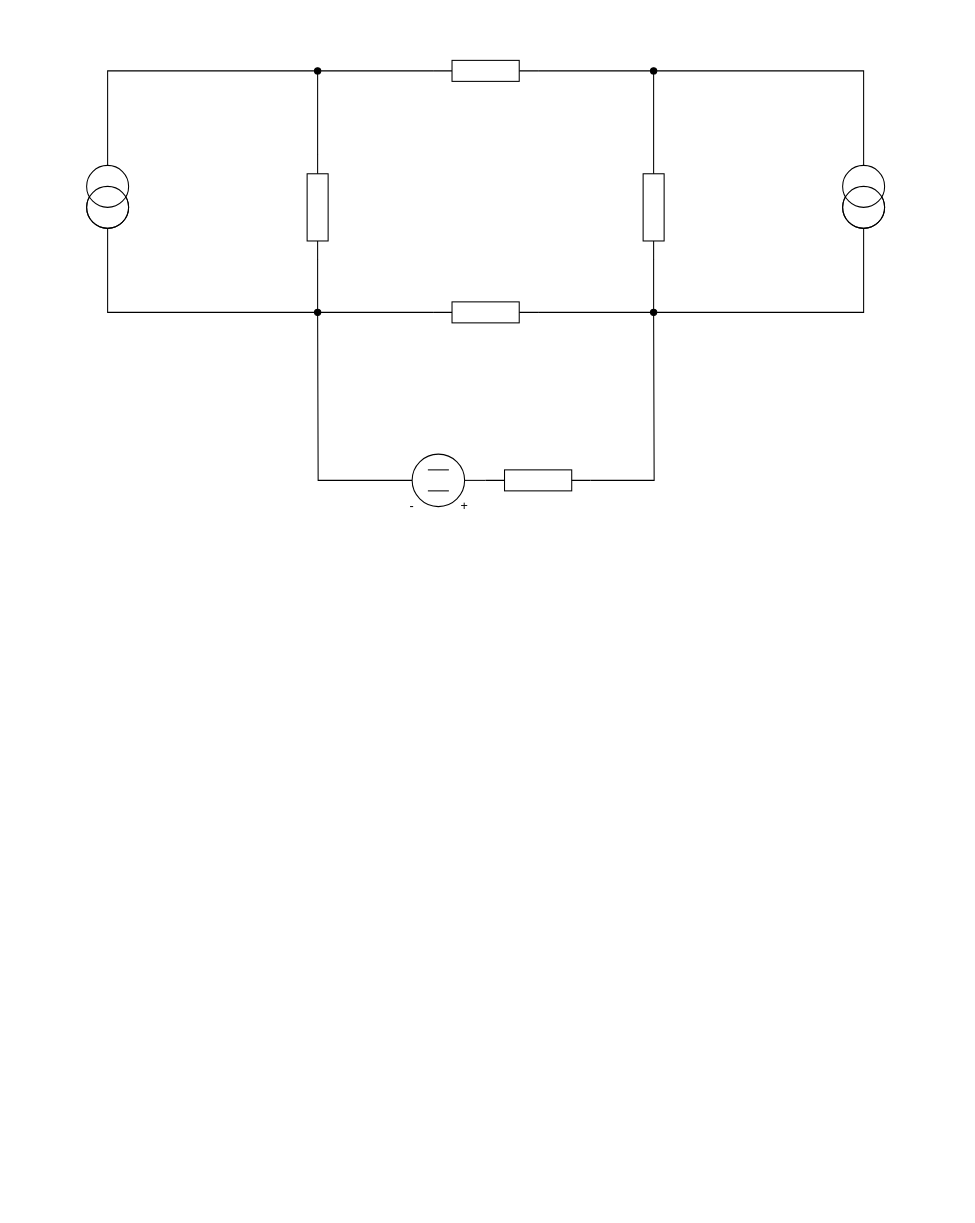
Earlier version of the draw.io diagram priklad3/priklad3.drawio (MartinNav/iel_proj). Source tidied: cells renumbered, new cells numbered last; positions are measured from the earlier drawing's top-left corner, leaving out a move shared by most shapes. Both pictures are drawn from the tidied source at 105%, with x=0, y=0 at pixel (86, 60).
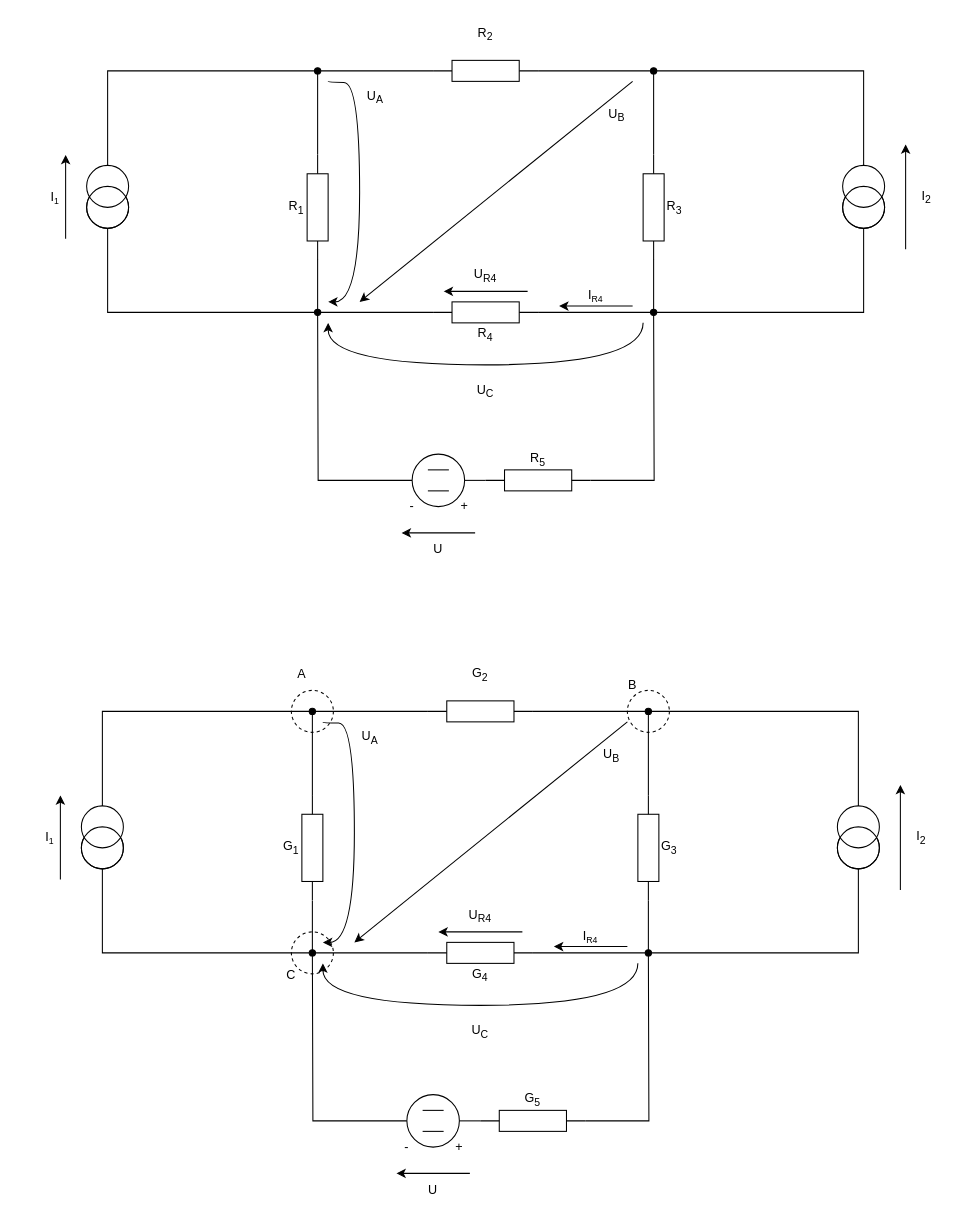
The same diagram, later.

Diff of the diagram source:
```diff
@@
+    <mxCell id="25" style="ellipse;whiteSpace=wrap;html=1;dashed=1;" parent="1" vertex="1">
+      <mxGeometry x="515" y="600" width="40" height="40" as="geometry" />
+    </mxCell>
+    <mxCell id="26" style="ellipse;whiteSpace=wrap;html=1;dashed=1;" parent="1" vertex="1">
+      <mxGeometry x="195" y="830" width="40" height="40" as="geometry" />
+    </mxCell>
+    <mxCell id="27" style="ellipse;whiteSpace=wrap;html=1;dashed=1;" parent="1" vertex="1">
+      <mxGeometry x="195" y="600" width="40" height="40" as="geometry" />
+    </mxCell>
@@
+    <mxCell id="28" value="R&lt;sub&gt;2&lt;/sub&gt;" style="text;html=1;strokeColor=none;fillColor=none;align=center;verticalAlign=middle;whiteSpace=wrap;rounded=0;" parent="1" vertex="1">
+      <mxGeometry x="350" y="-40" width="60" height="30" as="geometry" />
+    </mxCell>
+    <mxCell id="29" style="endArrow=classic;html=1;rounded=0;" parent="1" edge="1">
+      <mxGeometry relative="1" as="geometry">
+        <mxPoint x="780" y="180" as="sourcePoint" />
+        <mxPoint x="780" y="80" as="targetPoint" />
+      </mxGeometry>
+    </mxCell>
+    <mxCell id="30" value="I&lt;sub&gt;2&lt;/sub&gt;" style="text;html=1;strokeColor=none;fillColor=none;align=center;verticalAlign=middle;whiteSpace=wrap;rounded=0;" parent="1" vertex="1">
+      <mxGeometry x="770" y="115" width="60" height="30" as="geometry" />
+    </mxCell>
+    <mxCell id="31" style="endArrow=classic;html=1;rounded=0;" parent="1" edge="1">
+      <mxGeometry relative="1" as="geometry">
+        <mxPoint x="-20" y="170" as="sourcePoint" />
+        <mxPoint x="-20" y="90" as="targetPoint" />
+      </mxGeometry>
+    </mxCell>
+    <mxCell id="32" value="R&lt;sub&gt;3&lt;/sub&gt;" style="text;html=1;strokeColor=none;fillColor=none;align=center;verticalAlign=middle;whiteSpace=wrap;rounded=0;" parent="1" vertex="1">
+      <mxGeometry x="530" y="125" width="60" height="30" as="geometry" />
+    </mxCell>
+    <mxCell id="33" value="R&lt;sub&gt;1&lt;/sub&gt;" style="text;html=1;strokeColor=none;fillColor=none;align=center;verticalAlign=middle;whiteSpace=wrap;rounded=0;" parent="1" vertex="1">
+      <mxGeometry x="170" y="125" width="60" height="30" as="geometry" />
+    </mxCell>
+    <mxCell id="34" value="R&lt;sub&gt;4&lt;/sub&gt;" style="text;html=1;strokeColor=none;fillColor=none;align=center;verticalAlign=middle;whiteSpace=wrap;rounded=0;" parent="1" vertex="1">
+      <mxGeometry x="350" y="246" width="60" height="30" as="geometry" />
+    </mxCell>
+    <mxCell id="35" value="R&lt;sub&gt;5&lt;/sub&gt;" style="text;html=1;strokeColor=none;fillColor=none;align=center;verticalAlign=middle;whiteSpace=wrap;rounded=0;" parent="1" vertex="1">
+      <mxGeometry x="400" y="365" width="60" height="30" as="geometry" />
+    </mxCell>
+    <mxCell id="36" style="endArrow=classic;html=1;rounded=0;" parent="1" edge="1">
+      <mxGeometry relative="1" as="geometry">
+        <mxPoint x="370" y="450" as="sourcePoint" />
+        <mxPoint x="300" y="450" as="targetPoint" />
+      </mxGeometry>
+    </mxCell>
+    <mxCell id="37" value="U" style="text;html=1;strokeColor=none;fillColor=none;align=center;verticalAlign=middle;whiteSpace=wrap;rounded=0;" parent="1" vertex="1">
+      <mxGeometry x="305" y="451" width="60" height="30" as="geometry" />
+    </mxCell>
+    <mxCell id="38" value="I&lt;span style=&quot;font-size: 10px;&quot;&gt;&lt;sub&gt;1&lt;/sub&gt;&lt;/span&gt;" style="text;html=1;strokeColor=none;fillColor=none;align=center;verticalAlign=middle;whiteSpace=wrap;rounded=0;" parent="1" vertex="1">
+      <mxGeometry x="-60" y="115" width="60" height="30" as="geometry" />
+    </mxCell>
+    <mxCell id="39" style="endArrow=classic;html=1;rounded=0;edgeStyle=orthogonalEdgeStyle;curved=1;" parent="1" edge="1">
+      <mxGeometry relative="1" as="geometry">
+        <mxPoint x="230" y="20" as="sourcePoint" />
+        <mxPoint x="230" y="230" as="targetPoint" />
+        <Array as="points">
+          <mxPoint x="230" y="21" />
+          <mxPoint x="260" y="21" />
+          <mxPoint x="260" y="230" />
+        </Array>
+      </mxGeometry>
+    </mxCell>
+    <mxCell id="40" value="U&lt;sub&gt;A&lt;/sub&gt;" style="text;html=1;strokeColor=none;fillColor=none;align=center;verticalAlign=middle;whiteSpace=wrap;rounded=0;" parent="1" vertex="1">
+      <mxGeometry x="245" y="20" width="60" height="30" as="geometry" />
+    </mxCell>
+    <mxCell id="41" style="endArrow=classic;html=1;rounded=0;" parent="1" edge="1">
+      <mxGeometry relative="1" as="geometry">
+        <mxPoint x="520" y="20" as="sourcePoint" />
+        <mxPoint x="260" y="230" as="targetPoint" />
+      </mxGeometry>
+    </mxCell>
+    <mxCell id="42" value="U&lt;sub&gt;B&lt;/sub&gt;" style="text;html=1;strokeColor=none;fillColor=none;align=center;verticalAlign=middle;whiteSpace=wrap;rounded=0;" parent="1" vertex="1">
+      <mxGeometry x="475" y="37" width="60" height="30" as="geometry" />
+    </mxCell>
+    <mxCell id="43" style="endArrow=classic;html=1;rounded=0;" parent="1" edge="1">
+      <mxGeometry relative="1" as="geometry">
+        <mxPoint x="420" y="220" as="sourcePoint" />
+        <mxPoint x="340" y="220" as="targetPoint" />
+      </mxGeometry>
+    </mxCell>
+    <mxCell id="44" value="U&lt;sub&gt;R4&lt;/sub&gt;" style="text;html=1;strokeColor=none;fillColor=none;align=center;verticalAlign=middle;whiteSpace=wrap;rounded=0;" parent="1" vertex="1">
+      <mxGeometry x="350" y="190" width="60" height="30" as="geometry" />
+    </mxCell>
+    <mxCell id="45" style="endArrow=classic;html=1;rounded=0;edgeStyle=orthogonalEdgeStyle;curved=1;" parent="1" edge="1">
+      <mxGeometry relative="1" as="geometry">
+        <mxPoint x="530" y="250" as="sourcePoint" />
+        <mxPoint x="230" y="250" as="targetPoint" />
+        <Array as="points">
+          <mxPoint x="530" y="290" />
+          <mxPoint x="230" y="290" />
+        </Array>
+      </mxGeometry>
+    </mxCell>
+    <mxCell id="46" value="U&lt;sub&gt;C&lt;/sub&gt;" style="text;html=1;strokeColor=none;fillColor=none;align=center;verticalAlign=middle;whiteSpace=wrap;rounded=0;" parent="1" vertex="1">
+      <mxGeometry x="350" y="300" width="60" height="30" as="geometry" />
+    </mxCell>
+    <mxCell id="47" style="endArrow=classic;html=1;rounded=0;" parent="1" edge="1">
+      <mxGeometry relative="1" as="geometry">
+        <mxPoint x="520" y="234" as="sourcePoint" />
+        <mxPoint x="450" y="234" as="targetPoint" />
+      </mxGeometry>
+    </mxCell>
+    <mxCell id="48" value="I&lt;span style=&quot;font-size: 10px;&quot;&gt;&lt;sub&gt;R4&lt;/sub&gt;&lt;/span&gt;" style="text;html=1;strokeColor=none;fillColor=none;align=center;verticalAlign=middle;whiteSpace=wrap;rounded=0;" parent="1" vertex="1">
+      <mxGeometry x="455" y="209" width="60" height="30" as="geometry" />
+    </mxCell>
+    <mxCell id="49" style="verticalLabelPosition=bottom;shadow=0;dashed=0;align=center;html=1;verticalAlign=top;shape=mxgraph.electrical.resistors.resistor_1;" parent="1" vertex="1">
+      <mxGeometry x="325" y="610" width="100" height="20" as="geometry" />
+    </mxCell>
+    <mxCell id="50" style="edgeStyle=orthogonalEdgeStyle;rounded=0;jettySize=auto;html=1;exitX=0;exitY=0.5;exitDx=0;exitDy=0;exitPerimeter=0;endArrow=oval;endFill=1;" parent="1" edge="1" source="51">
+      <mxGeometry relative="1" as="geometry">
+        <mxPoint x="215" y="620" as="targetPoint" />
+      </mxGeometry>
+    </mxCell>
+    <mxCell id="51" style="verticalLabelPosition=bottom;shadow=0;dashed=0;align=center;html=1;verticalAlign=top;shape=mxgraph.electrical.resistors.resistor_1;rotation=90;" parent="1" vertex="1">
+      <mxGeometry x="165" y="740" width="100" height="20" as="geometry" />
+    </mxCell>
+    <mxCell id="52" style="edgeStyle=orthogonalEdgeStyle;rounded=0;jettySize=auto;html=1;exitX=0;exitY=0.5;exitDx=0;exitDy=0;exitPerimeter=0;endArrow=oval;endFill=1;" parent="1" edge="1" source="53">
+      <mxGeometry relative="1" as="geometry">
+        <mxPoint x="535" y="620" as="targetPoint" />
+      </mxGeometry>
+    </mxCell>
+    <mxCell id="53" style="verticalLabelPosition=bottom;shadow=0;dashed=0;align=center;html=1;verticalAlign=top;shape=mxgraph.electrical.resistors.resistor_1;rotation=90;" parent="1" vertex="1">
+      <mxGeometry x="485" y="740" width="100" height="20" as="geometry" />
+    </mxCell>
+    <mxCell id="54" style="verticalLabelPosition=bottom;shadow=0;dashed=0;align=center;html=1;verticalAlign=top;shape=mxgraph.electrical.resistors.resistor_1;" parent="1" vertex="1">
+      <mxGeometry x="325" y="840" width="100" height="20" as="geometry" />
+    </mxCell>
+    <mxCell id="55" style="edgeStyle=orthogonalEdgeStyle;rounded=0;jettySize=auto;html=1;exitX=0.5;exitY=1;exitDx=0;exitDy=0;exitPerimeter=0;endArrow=oval;endFill=1;" parent="1" edge="1" source="56">
+      <mxGeometry relative="1" as="geometry">
+        <mxPoint x="215" y="850" as="targetPoint" />
+        <Array as="points">
+          <mxPoint x="15" y="850" />
+        </Array>
+      </mxGeometry>
+    </mxCell>
+    <mxCell id="56" style="verticalLabelPosition=bottom;shadow=0;dashed=0;align=center;html=1;verticalAlign=top;shape=mxgraph.electrical.signal_sources.current_source;" parent="1" vertex="1">
+      <mxGeometry x="-5" y="710" width="40" height="60" as="geometry" />
+    </mxCell>
+    <mxCell id="57" style="edgeStyle=orthogonalEdgeStyle;rounded=0;jettySize=auto;html=1;exitX=0.5;exitY=1;exitDx=0;exitDy=0;exitPerimeter=0;endArrow=oval;endFill=1;" parent="1" edge="1" source="58">
+      <mxGeometry relative="1" as="geometry">
+        <mxPoint x="535" y="850" as="targetPoint" />
+        <Array as="points">
+          <mxPoint x="735" y="850" />
+        </Array>
+      </mxGeometry>
+    </mxCell>
+    <mxCell id="58" style="verticalLabelPosition=bottom;shadow=0;dashed=0;align=center;html=1;verticalAlign=top;shape=mxgraph.electrical.signal_sources.current_source;" parent="1" vertex="1">
+      <mxGeometry x="715" y="710" width="40" height="60" as="geometry" />
+    </mxCell>
+    <mxCell id="59" style="edgeStyle=orthogonalEdgeStyle;rounded=0;jettySize=auto;html=1;exitX=0.5;exitY=0;exitDx=0;exitDy=0;exitPerimeter=0;entryX=0;entryY=0.5;entryDx=0;entryDy=0;entryPerimeter=0;endArrow=none;endFill=0;" parent="1" edge="1" source="56" target="49">
+      <mxGeometry relative="1" as="geometry" />
+    </mxCell>
+    <mxCell id="60" style="edgeStyle=orthogonalEdgeStyle;rounded=0;jettySize=auto;html=1;exitX=1;exitY=0.5;exitDx=0;exitDy=0;exitPerimeter=0;entryX=0.5;entryY=0;entryDx=0;entryDy=0;entryPerimeter=0;endArrow=none;endFill=0;" parent="1" edge="1" source="49" target="58">
+      <mxGeometry relative="1" as="geometry" />
+    </mxCell>
+    <mxCell id="61" style="edgeStyle=orthogonalEdgeStyle;rounded=0;jettySize=auto;html=1;exitX=0;exitY=0.5;exitDx=0;exitDy=0;endArrow=none;endFill=0;" parent="1" edge="1" source="62">
+      <mxGeometry relative="1" as="geometry">
+        <mxPoint x="215" y="850" as="targetPoint" />
+      </mxGeometry>
+    </mxCell>
+    <mxCell id="62" style="ellipse;whiteSpace=wrap;html=1;" parent="1" vertex="1">
+      <mxGeometry x="305" y="985" width="50" height="50" as="geometry" />
+    </mxCell>
+    <mxCell id="63" style="edgeStyle=orthogonalEdgeStyle;rounded=0;jettySize=auto;html=1;exitX=0;exitY=0.5;exitDx=0;exitDy=0;exitPerimeter=0;entryX=1;entryY=0.5;entryDx=0;entryDy=0;endArrow=none;endFill=0;" parent="1" edge="1" source="65" target="62">
+      <mxGeometry relative="1" as="geometry" />
+    </mxCell>
+    <mxCell id="64" style="edgeStyle=orthogonalEdgeStyle;rounded=0;jettySize=auto;html=1;exitX=1;exitY=0.5;exitDx=0;exitDy=0;exitPerimeter=0;endArrow=none;endFill=0;" parent="1" edge="1" source="65">
+      <mxGeometry relative="1" as="geometry">
+        <mxPoint x="535" y="850" as="targetPoint" />
+      </mxGeometry>
+    </mxCell>
+    <mxCell id="65" style="verticalLabelPosition=bottom;shadow=0;dashed=0;align=center;html=1;verticalAlign=top;shape=mxgraph.electrical.resistors.resistor_1;" parent="1" vertex="1">
+      <mxGeometry x="375" y="1000" width="100" height="20" as="geometry" />
+    </mxCell>
+    <mxCell id="66" style="endArrow=none;html=1;rounded=0;" parent="1" edge="1">
+      <mxGeometry relative="1" as="geometry">
+        <mxPoint x="320" y="1000" as="sourcePoint" />
+        <mxPoint x="340" y="1000" as="targetPoint" />
+        <Array as="points">
+          <mxPoint x="320" y="1000" />
+        </Array>
+      </mxGeometry>
+    </mxCell>
+    <mxCell id="67" style="endArrow=none;html=1;rounded=0;" parent="1" edge="1">
+      <mxGeometry relative="1" as="geometry">
+        <mxPoint x="320" y="1020" as="sourcePoint" />
+        <mxPoint x="340" y="1020" as="targetPoint" />
+        <Array as="points">
+          <mxPoint x="320" y="1020" />
+        </Array>
+      </mxGeometry>
+    </mxCell>
+    <mxCell id="68" value="+" style="text;html=1;strokeColor=none;fillColor=none;align=center;verticalAlign=middle;whiteSpace=wrap;rounded=0;" parent="1" vertex="1">
+      <mxGeometry x="325" y="1020" width="60" height="30" as="geometry" />
+    </mxCell>
+    <mxCell id="69" value="-" style="text;html=1;strokeColor=none;fillColor=none;align=center;verticalAlign=middle;whiteSpace=wrap;rounded=0;" parent="1" vertex="1">
+      <mxGeometry x="275" y="1020" width="60" height="30" as="geometry" />
+    </mxCell>
+    <mxCell id="70" style="edgeStyle=orthogonalEdgeStyle;rounded=0;jettySize=auto;html=1;exitX=0;exitY=0.5;exitDx=0;exitDy=0;exitPerimeter=0;entryX=1;entryY=0.5;entryDx=0;entryDy=0;entryPerimeter=0;endArrow=none;endFill=0;" parent="1" edge="1" source="54" target="51">
+      <mxGeometry relative="1" as="geometry" />
+    </mxCell>
+    <mxCell id="71" style="edgeStyle=orthogonalEdgeStyle;rounded=0;jettySize=auto;html=1;exitX=1;exitY=0.5;exitDx=0;exitDy=0;exitPerimeter=0;entryX=1;entryY=0.5;entryDx=0;entryDy=0;entryPerimeter=0;endArrow=none;endFill=0;" parent="1" edge="1" source="54" target="53">
+      <mxGeometry relative="1" as="geometry" />
+    </mxCell>
+    <mxCell id="72" value="G&lt;sub&gt;2&lt;/sub&gt;" style="text;html=1;strokeColor=none;fillColor=none;align=center;verticalAlign=middle;whiteSpace=wrap;rounded=0;" parent="1" vertex="1">
+      <mxGeometry x="345" y="570" width="60" height="30" as="geometry" />
+    </mxCell>
+    <mxCell id="73" style="endArrow=classic;html=1;rounded=0;" parent="1" edge="1">
+      <mxGeometry relative="1" as="geometry">
+        <mxPoint x="775" y="790" as="sourcePoint" />
+        <mxPoint x="775" y="690" as="targetPoint" />
+      </mxGeometry>
+    </mxCell>
+    <mxCell id="74" value="I&lt;sub&gt;2&lt;/sub&gt;" style="text;html=1;strokeColor=none;fillColor=none;align=center;verticalAlign=middle;whiteSpace=wrap;rounded=0;" parent="1" vertex="1">
+      <mxGeometry x="765" y="725" width="60" height="30" as="geometry" />
+    </mxCell>
+    <mxCell id="75" style="endArrow=classic;html=1;rounded=0;" parent="1" edge="1">
+      <mxGeometry relative="1" as="geometry">
+        <mxPoint x="-25" y="780" as="sourcePoint" />
+        <mxPoint x="-25" y="700" as="targetPoint" />
+      </mxGeometry>
+    </mxCell>
+    <mxCell id="76" value="G&lt;sub&gt;3&lt;/sub&gt;" style="text;html=1;strokeColor=none;fillColor=none;align=center;verticalAlign=middle;whiteSpace=wrap;rounded=0;" parent="1" vertex="1">
+      <mxGeometry x="525" y="735" width="60" height="30" as="geometry" />
+    </mxCell>
+    <mxCell id="77" value="G&lt;sub&gt;1&lt;/sub&gt;" style="text;html=1;strokeColor=none;fillColor=none;align=center;verticalAlign=middle;whiteSpace=wrap;rounded=0;" parent="1" vertex="1">
+      <mxGeometry x="165" y="735" width="60" height="30" as="geometry" />
+    </mxCell>
+    <mxCell id="78" value="G&lt;sub&gt;4&lt;/sub&gt;" style="text;html=1;strokeColor=none;fillColor=none;align=center;verticalAlign=middle;whiteSpace=wrap;rounded=0;" parent="1" vertex="1">
+      <mxGeometry x="345" y="856" width="60" height="30" as="geometry" />
+    </mxCell>
+    <mxCell id="79" value="G&lt;sub&gt;5&lt;/sub&gt;" style="text;html=1;strokeColor=none;fillColor=none;align=center;verticalAlign=middle;whiteSpace=wrap;rounded=0;" parent="1" vertex="1">
+      <mxGeometry x="395" y="975" width="60" height="30" as="geometry" />
+    </mxCell>
+    <mxCell id="80" style="endArrow=classic;html=1;rounded=0;" parent="1" edge="1">
+      <mxGeometry relative="1" as="geometry">
+        <mxPoint x="365" y="1060" as="sourcePoint" />
+        <mxPoint x="295" y="1060" as="targetPoint" />
+      </mxGeometry>
+    </mxCell>
+    <mxCell id="81" value="U" style="text;html=1;strokeColor=none;fillColor=none;align=center;verticalAlign=middle;whiteSpace=wrap;rounded=0;" parent="1" vertex="1">
+      <mxGeometry x="300" y="1061" width="60" height="30" as="geometry" />
+    </mxCell>
+    <mxCell id="82" value="I&lt;span style=&quot;font-size: 10px;&quot;&gt;&lt;sub&gt;1&lt;/sub&gt;&lt;/span&gt;" style="text;html=1;strokeColor=none;fillColor=none;align=center;verticalAlign=middle;whiteSpace=wrap;rounded=0;" parent="1" vertex="1">
+      <mxGeometry x="-65" y="725" width="60" height="30" as="geometry" />
+    </mxCell>
+    <mxCell id="83" style="endArrow=classic;html=1;rounded=0;edgeStyle=orthogonalEdgeStyle;curved=1;" parent="1" edge="1">
+      <mxGeometry relative="1" as="geometry">
+        <mxPoint x="225" y="630" as="sourcePoint" />
+        <mxPoint x="225" y="840" as="targetPoint" />
+        <Array as="points">
+          <mxPoint x="225" y="631" />
+          <mxPoint x="255" y="631" />
+          <mxPoint x="255" y="840" />
+        </Array>
+      </mxGeometry>
+    </mxCell>
+    <mxCell id="84" value="U&lt;sub&gt;A&lt;/sub&gt;" style="text;html=1;strokeColor=none;fillColor=none;align=center;verticalAlign=middle;whiteSpace=wrap;rounded=0;" parent="1" vertex="1">
+      <mxGeometry x="240" y="630" width="60" height="30" as="geometry" />
+    </mxCell>
+    <mxCell id="85" style="endArrow=classic;html=1;rounded=0;" parent="1" edge="1">
+      <mxGeometry relative="1" as="geometry">
+        <mxPoint x="515" y="630" as="sourcePoint" />
+        <mxPoint x="255" y="840" as="targetPoint" />
+      </mxGeometry>
+    </mxCell>
+    <mxCell id="86" value="U&lt;sub&gt;B&lt;/sub&gt;" style="text;html=1;strokeColor=none;fillColor=none;align=center;verticalAlign=middle;whiteSpace=wrap;rounded=0;" parent="1" vertex="1">
+      <mxGeometry x="470" y="647" width="60" height="30" as="geometry" />
+    </mxCell>
+    <mxCell id="87" style="endArrow=classic;html=1;rounded=0;" parent="1" edge="1">
+      <mxGeometry relative="1" as="geometry">
+        <mxPoint x="415" y="830" as="sourcePoint" />
+        <mxPoint x="335" y="830" as="targetPoint" />
+      </mxGeometry>
+    </mxCell>
+    <mxCell id="88" value="U&lt;sub&gt;R4&lt;/sub&gt;" style="text;html=1;strokeColor=none;fillColor=none;align=center;verticalAlign=middle;whiteSpace=wrap;rounded=0;" parent="1" vertex="1">
+      <mxGeometry x="345" y="800" width="60" height="30" as="geometry" />
+    </mxCell>
+    <mxCell id="89" style="endArrow=classic;html=1;rounded=0;edgeStyle=orthogonalEdgeStyle;curved=1;" parent="1" edge="1">
+      <mxGeometry relative="1" as="geometry">
+        <mxPoint x="525" y="860" as="sourcePoint" />
+        <mxPoint x="225" y="860" as="targetPoint" />
+        <Array as="points">
+          <mxPoint x="525" y="900" />
+          <mxPoint x="225" y="900" />
+        </Array>
+      </mxGeometry>
+    </mxCell>
+    <mxCell id="90" value="U&lt;sub&gt;C&lt;/sub&gt;" style="text;html=1;strokeColor=none;fillColor=none;align=center;verticalAlign=middle;whiteSpace=wrap;rounded=0;" parent="1" vertex="1">
+      <mxGeometry x="345" y="910" width="60" height="30" as="geometry" />
+    </mxCell>
+    <mxCell id="91" style="endArrow=classic;html=1;rounded=0;" parent="1" edge="1">
+      <mxGeometry relative="1" as="geometry">
+        <mxPoint x="515" y="844" as="sourcePoint" />
+        <mxPoint x="445" y="844" as="targetPoint" />
+      </mxGeometry>
+    </mxCell>
+    <mxCell id="92" value="I&lt;span style=&quot;font-size: 10px;&quot;&gt;&lt;sub&gt;R4&lt;/sub&gt;&lt;/span&gt;" style="text;html=1;strokeColor=none;fillColor=none;align=center;verticalAlign=middle;whiteSpace=wrap;rounded=0;" parent="1" vertex="1">
+      <mxGeometry x="450" y="819" width="60" height="30" as="geometry" />
+    </mxCell>
+    <mxCell id="93" value="A" style="text;html=1;strokeColor=none;fillColor=none;align=center;verticalAlign=middle;whiteSpace=wrap;rounded=0;" parent="1" vertex="1">
+      <mxGeometry x="175" y="570" width="60" height="30" as="geometry" />
+    </mxCell>
+    <mxCell id="94" value="B" style="text;html=1;strokeColor=none;fillColor=none;align=center;verticalAlign=middle;whiteSpace=wrap;rounded=0;" parent="1" vertex="1">
+      <mxGeometry x="490" y="580" width="60" height="30" as="geometry" />
+    </mxCell>
+    <mxCell id="95" value="C" style="text;html=1;strokeColor=none;fillColor=none;align=center;verticalAlign=middle;whiteSpace=wrap;rounded=0;" parent="1" vertex="1">
+      <mxGeometry x="165" y="856" width="60" height="30" as="geometry" />
+    </mxCell>
```
